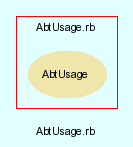
The Graphviz diagram src/trunk/doc/dot/f_8.png in eschabell/abtlinux, before a commit. Its source is kept beside it as src/trunk/doc/dot/f_8.dot.
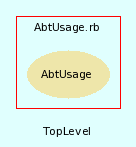
Later version of the same file.

What changed in the source:
```diff
@@ -3,7 +3,7 @@
     bgcolor = lightcyan1
     fontname = Arial
     fontsize = 8
-    label = "AbtUsage.rb"
+    label = "TopLevel"
     node [
         fontname = Arial,
         fontsize = 8,
```
